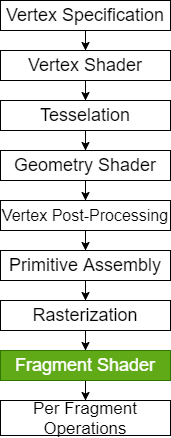
This is Assets/vertex_shader_pipeline.png from VXCP/EduSample, a draw.io export, as it was before one commit. Source tidied: cells renumbered, new cells last; positions are measured from the earlier drawing's top-left corner, leaving out a move shared by most shapes. The source it was exported from:
```xml
<mxGraphModel>
  <root>
    <mxCell id="0" />
    <mxCell id="1" parent="0" />
    <mxCell id="2" style="edgeStyle=orthogonalEdgeStyle;rounded=0;jettySize=auto;html=1;entryX=0.5;entryY=0;entryDx=0;entryDy=0;" parent="1" edge="1" source="3" target="5">
      <mxGeometry relative="1" as="geometry" />
    </mxCell>
    <mxCell id="3" value="&lt;font style=&quot;font-size: 18px&quot;&gt;Vertex Specification&lt;/font&gt;" style="rounded=0;whiteSpace=wrap;html=1;" parent="1" vertex="1">
      <mxGeometry width="170" height="30" as="geometry" />
    </mxCell>
    <mxCell id="4" style="edgeStyle=orthogonalEdgeStyle;rounded=0;jettySize=auto;html=1;entryX=0.5;entryY=0;entryDx=0;entryDy=0;" parent="1" edge="1" source="5" target="7">
      <mxGeometry relative="1" as="geometry" />
    </mxCell>
    <mxCell id="5" value="&lt;font style=&quot;font-size: 18px&quot;&gt;Vertex Shader&lt;/font&gt;" style="rounded=0;whiteSpace=wrap;html=1;" parent="1" vertex="1">
      <mxGeometry y="50" width="170" height="30" as="geometry" />
    </mxCell>
    <mxCell id="6" style="edgeStyle=orthogonalEdgeStyle;rounded=0;jettySize=auto;html=1;entryX=0.5;entryY=0;entryDx=0;entryDy=0;" parent="1" edge="1" source="7" target="9">
      <mxGeometry relative="1" as="geometry" />
    </mxCell>
    <mxCell id="7" value="&lt;font style=&quot;font-size: 18px&quot;&gt;Tesselation&lt;/font&gt;" style="rounded=0;whiteSpace=wrap;html=1;" parent="1" vertex="1">
      <mxGeometry y="100" width="170" height="30" as="geometry" />
    </mxCell>
    <mxCell id="8" style="edgeStyle=orthogonalEdgeStyle;rounded=0;jettySize=auto;html=1;entryX=0.5;entryY=0;entryDx=0;entryDy=0;" parent="1" edge="1" source="9" target="11">
      <mxGeometry relative="1" as="geometry" />
    </mxCell>
    <mxCell id="9" value="&lt;span style=&quot;font-size: 18px&quot;&gt;Geometry Shader&lt;/span&gt;" style="rounded=0;whiteSpace=wrap;html=1;" parent="1" vertex="1">
      <mxGeometry y="150" width="170" height="30" as="geometry" />
    </mxCell>
    <mxCell id="10" style="edgeStyle=orthogonalEdgeStyle;rounded=0;jettySize=auto;html=1;" parent="1" edge="1" source="11" target="13">
      <mxGeometry relative="1" as="geometry" />
    </mxCell>
    <mxCell id="11" value="&lt;span style=&quot;font-size: 16px&quot;&gt;Vertex Post-Processing&lt;/span&gt;" style="rounded=0;whiteSpace=wrap;html=1;" parent="1" vertex="1">
      <mxGeometry y="200" width="170" height="30" as="geometry" />
    </mxCell>
    <mxCell id="12" style="edgeStyle=orthogonalEdgeStyle;rounded=0;jettySize=auto;html=1;entryX=0.5;entryY=0;entryDx=0;entryDy=0;" parent="1" edge="1" source="13" target="15">
      <mxGeometry relative="1" as="geometry" />
    </mxCell>
    <mxCell id="13" value="&lt;span style=&quot;font-size: 18px&quot;&gt;Primitive Assembly&lt;/span&gt;" style="rounded=0;whiteSpace=wrap;html=1;" parent="1" vertex="1">
      <mxGeometry y="250" width="170" height="30" as="geometry" />
    </mxCell>
    <mxCell id="14" style="edgeStyle=orthogonalEdgeStyle;rounded=0;jettySize=auto;html=1;entryX=0.5;entryY=0;entryDx=0;entryDy=0;" parent="1" edge="1" source="15" target="17">
      <mxGeometry relative="1" as="geometry" />
    </mxCell>
    <mxCell id="15" value="&lt;span style=&quot;font-size: 18px&quot;&gt;Rasterization&lt;/span&gt;" style="rounded=0;whiteSpace=wrap;html=1;" parent="1" vertex="1">
      <mxGeometry y="300" width="170" height="30" as="geometry" />
    </mxCell>
    <mxCell id="16" style="edgeStyle=orthogonalEdgeStyle;rounded=0;jettySize=auto;html=1;entryX=0.5;entryY=0;entryDx=0;entryDy=0;" parent="1" edge="1" source="17" target="18">
      <mxGeometry relative="1" as="geometry" />
    </mxCell>
    <mxCell id="17" value="&lt;span style=&quot;font-size: 18px&quot;&gt;Fragment Shader&lt;/span&gt;" style="rounded=0;whiteSpace=wrap;html=1;fillColor=#60a917;strokeColor=#2D7600;fontColor=#ffffff;" parent="1" vertex="1">
      <mxGeometry y="350" width="170" height="30" as="geometry" />
    </mxCell>
    <mxCell id="18" value="&lt;font style=&quot;font-size: 17px&quot;&gt;Per Fragment Operations&lt;/font&gt;" style="rounded=0;whiteSpace=wrap;html=1;" parent="1" vertex="1">
      <mxGeometry y="400" width="170" height="35" as="geometry" />
    </mxCell>
  </root>
</mxGraphModel>
```
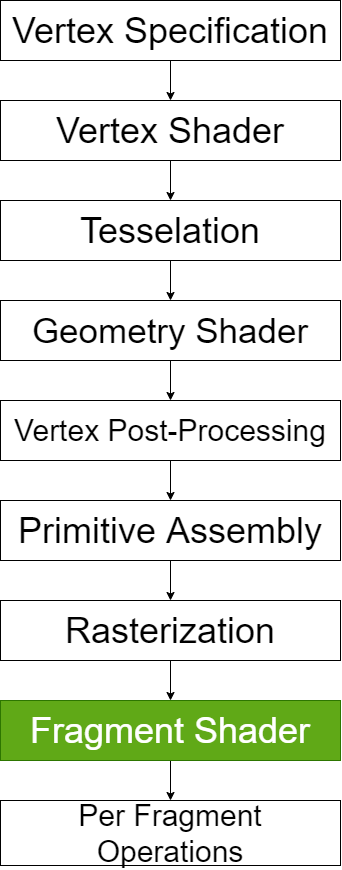
Above is the later version.

What changed in the source:
```diff
@@ -5,53 +5,53 @@
     <mxCell id="2" style="edgeStyle=orthogonalEdgeStyle;rounded=0;jettySize=auto;html=1;entryX=0.5;entryY=0;entryDx=0;entryDy=0;" parent="1" edge="1" source="3" target="5">
       <mxGeometry relative="1" as="geometry" />
     </mxCell>
-    <mxCell id="3" value="&lt;font style=&quot;font-size: 18px&quot;&gt;Vertex Specification&lt;/font&gt;" style="rounded=0;whiteSpace=wrap;html=1;" parent="1" vertex="1">
-      <mxGeometry width="170" height="30" as="geometry" />
+    <mxCell id="3" value="&lt;font style=&quot;font-size: 36px&quot;&gt;Vertex Specification&lt;/font&gt;" style="rounded=0;whiteSpace=wrap;html=1;" parent="1" vertex="1">
+      <mxGeometry y="-30" width="340" height="60" as="geometry" />
     </mxCell>
     <mxCell id="4" style="edgeStyle=orthogonalEdgeStyle;rounded=0;jettySize=auto;html=1;entryX=0.5;entryY=0;entryDx=0;entryDy=0;" parent="1" edge="1" source="5" target="7">
       <mxGeometry relative="1" as="geometry" />
     </mxCell>
-    <mxCell id="5" value="&lt;font style=&quot;font-size: 18px&quot;&gt;Vertex Shader&lt;/font&gt;" style="rounded=0;whiteSpace=wrap;html=1;" parent="1" vertex="1">
-      <mxGeometry y="50" width="170" height="30" as="geometry" />
+    <mxCell id="5" value="&lt;font style=&quot;font-size: 36px&quot;&gt;Vertex Shader&lt;/font&gt;" style="rounded=0;whiteSpace=wrap;html=1;" parent="1" vertex="1">
+      <mxGeometry y="70" width="340" height="60" as="geometry" />
     </mxCell>
     <mxCell id="6" style="edgeStyle=orthogonalEdgeStyle;rounded=0;jettySize=auto;html=1;entryX=0.5;entryY=0;entryDx=0;entryDy=0;" parent="1" edge="1" source="7" target="9">
       <mxGeometry relative="1" as="geometry" />
     </mxCell>
-    <mxCell id="7" value="&lt;font style=&quot;font-size: 18px&quot;&gt;Tesselation&lt;/font&gt;" style="rounded=0;whiteSpace=wrap;html=1;" parent="1" vertex="1">
-      <mxGeometry y="100" width="170" height="30" as="geometry" />
+    <mxCell id="7" value="&lt;font style=&quot;font-size: 36px&quot;&gt;Tesselation&lt;/font&gt;" style="rounded=0;whiteSpace=wrap;html=1;" parent="1" vertex="1">
+      <mxGeometry y="170" width="340" height="60" as="geometry" />
     </mxCell>
     <mxCell id="8" style="edgeStyle=orthogonalEdgeStyle;rounded=0;jettySize=auto;html=1;entryX=0.5;entryY=0;entryDx=0;entryDy=0;" parent="1" edge="1" source="9" target="11">
       <mxGeometry relative="1" as="geometry" />
     </mxCell>
-    <mxCell id="9" value="&lt;span style=&quot;font-size: 18px&quot;&gt;Geometry Shader&lt;/span&gt;" style="rounded=0;whiteSpace=wrap;html=1;" parent="1" vertex="1">
-      <mxGeometry y="150" width="170" height="30" as="geometry" />
+    <mxCell id="9" value="&lt;font style=&quot;font-size: 35px&quot;&gt;Geometry Shader&lt;/font&gt;" style="rounded=0;whiteSpace=wrap;html=1;" parent="1" vertex="1">
+      <mxGeometry y="270" width="340" height="60" as="geometry" />
     </mxCell>
     <mxCell id="10" style="edgeStyle=orthogonalEdgeStyle;rounded=0;jettySize=auto;html=1;" parent="1" edge="1" source="11" target="13">
       <mxGeometry relative="1" as="geometry" />
     </mxCell>
-    <mxCell id="11" value="&lt;span style=&quot;font-size: 16px&quot;&gt;Vertex Post-Processing&lt;/span&gt;" style="rounded=0;whiteSpace=wrap;html=1;" parent="1" vertex="1">
-      <mxGeometry y="200" width="170" height="30" as="geometry" />
+    <mxCell id="11" value="&lt;font style=&quot;font-size: 30px&quot;&gt;Vertex Post-Processing&lt;/font&gt;" style="rounded=0;whiteSpace=wrap;html=1;" parent="1" vertex="1">
+      <mxGeometry y="370" width="340" height="60" as="geometry" />
     </mxCell>
     <mxCell id="12" style="edgeStyle=orthogonalEdgeStyle;rounded=0;jettySize=auto;html=1;entryX=0.5;entryY=0;entryDx=0;entryDy=0;" parent="1" edge="1" source="13" target="15">
       <mxGeometry relative="1" as="geometry" />
     </mxCell>
-    <mxCell id="13" value="&lt;span style=&quot;font-size: 18px&quot;&gt;Primitive Assembly&lt;/span&gt;" style="rounded=0;whiteSpace=wrap;html=1;" parent="1" vertex="1">
-      <mxGeometry y="250" width="170" height="30" as="geometry" />
+    <mxCell id="13" value="&lt;font style=&quot;font-size: 36px&quot;&gt;Primitive Assembly&lt;/font&gt;" style="rounded=0;whiteSpace=wrap;html=1;" parent="1" vertex="1">
+      <mxGeometry y="470" width="340" height="60" as="geometry" />
     </mxCell>
     <mxCell id="14" style="edgeStyle=orthogonalEdgeStyle;rounded=0;jettySize=auto;html=1;entryX=0.5;entryY=0;entryDx=0;entryDy=0;" parent="1" edge="1" source="15" target="17">
       <mxGeometry relative="1" as="geometry" />
     </mxCell>
-    <mxCell id="15" value="&lt;span style=&quot;font-size: 18px&quot;&gt;Rasterization&lt;/span&gt;" style="rounded=0;whiteSpace=wrap;html=1;" parent="1" vertex="1">
-      <mxGeometry y="300" width="170" height="30" as="geometry" />
+    <mxCell id="15" value="&lt;font style=&quot;font-size: 36px&quot;&gt;Rasterization&lt;/font&gt;" style="rounded=0;whiteSpace=wrap;html=1;" parent="1" vertex="1">
+      <mxGeometry y="570" width="340" height="60" as="geometry" />
     </mxCell>
     <mxCell id="16" style="edgeStyle=orthogonalEdgeStyle;rounded=0;jettySize=auto;html=1;entryX=0.5;entryY=0;entryDx=0;entryDy=0;" parent="1" edge="1" source="17" target="18">
       <mxGeometry relative="1" as="geometry" />
     </mxCell>
-    <mxCell id="17" value="&lt;span style=&quot;font-size: 18px&quot;&gt;Fragment Shader&lt;/span&gt;" style="rounded=0;whiteSpace=wrap;html=1;fillColor=#60a917;strokeColor=#2D7600;fontColor=#ffffff;" parent="1" vertex="1">
-      <mxGeometry y="350" width="170" height="30" as="geometry" />
+    <mxCell id="17" value="&lt;font style=&quot;font-size: 36px&quot;&gt;Fragment Shader&lt;/font&gt;" style="rounded=0;whiteSpace=wrap;html=1;fillColor=#60a917;strokeColor=#2D7600;fontColor=#ffffff;" parent="1" vertex="1">
+      <mxGeometry y="670" width="340" height="60" as="geometry" />
     </mxCell>
-    <mxCell id="18" value="&lt;font style=&quot;font-size: 17px&quot;&gt;Per Fragment Operations&lt;/font&gt;" style="rounded=0;whiteSpace=wrap;html=1;" parent="1" vertex="1">
-      <mxGeometry y="400" width="170" height="35" as="geometry" />
+    <mxCell id="18" value="&lt;font style=&quot;font-size: 30px&quot;&gt;Per Fragment Operations&lt;/font&gt;" style="rounded=0;whiteSpace=wrap;html=1;" parent="1" vertex="1">
+      <mxGeometry y="770" width="340" height="65" as="geometry" />
     </mxCell>
   </root>
 </mxGraphModel>
```
